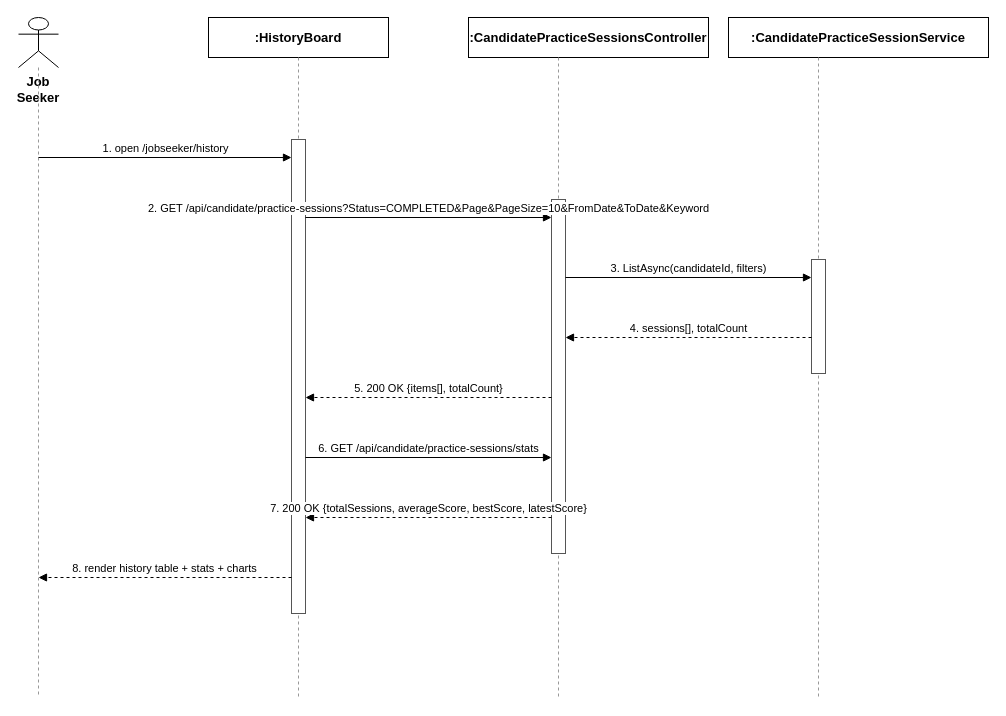
Earlier version of the draw.io diagram docs/qa/Tu_SequenceDiagram/08_View_Practice_History.drawio (tulklk/AI_Interview_Question_Generation_RAG_LLM_FE). Source tidied: cells renumbered, new cells numbered last; positions are measured from the earlier drawing's top-left corner, leaving out a move shared by most shapes. Both pictures are drawn from the tidied source at 100%, with x=0, y=0 at pixel (18, 17).
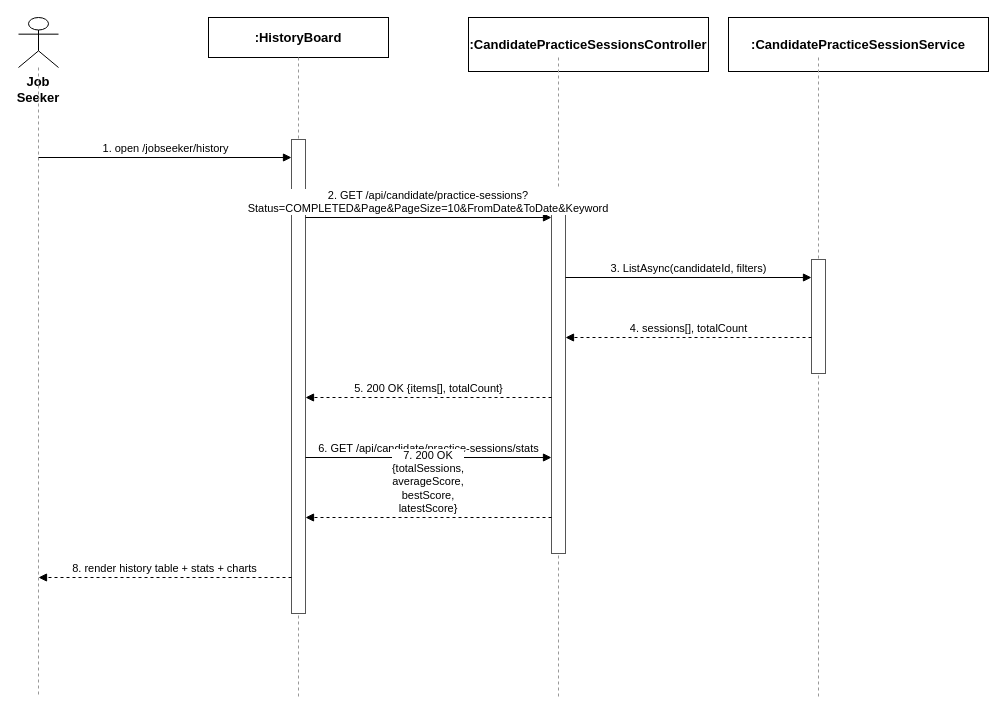
The same page after the edit.

The edit, as a diff of the source:
```diff
@@
     <mxCell id="6" value=":CandidatePracticeSessionsController" style="rounded=0;whiteSpace=wrap;html=1;fontSize=13;fillColor=#ffffff;strokeColor=#000000;fontStyle=1;" parent="1" vertex="1">
-      <mxGeometry x="450" width="240" height="40" as="geometry" />
+      <mxGeometry x="450" width="240" height="54" as="geometry" />
     </mxCell>
@@
     <mxCell id="8" value=":CandidatePracticeSessionService" style="rounded=0;whiteSpace=wrap;html=1;fontSize=13;fillColor=#ffffff;strokeColor=#000000;fontStyle=1;" parent="1" vertex="1">
-      <mxGeometry x="710" width="260" height="40" as="geometry" />
+      <mxGeometry x="710" width="260" height="54" as="geometry" />
     </mxCell>
@@
-    <mxCell id="14" value="2. GET /api/candidate/practice-sessions?Status=COMPLETED&amp;Page&amp;PageSize=10&amp;FromDate&amp;ToDate&amp;Keyword" style="endArrow=block;endFill=1;html=1;fontSize=11;align=center;verticalAlign=bottom;labelBackgroundColor=#ffffff;strokeColor=#000000;" parent="1" edge="1">
+    <mxCell id="14" value="2. GET /api/candidate/practice-sessions?Status=COMPLETED&amp;Page&amp;PageSize=10&amp;FromDate&amp;ToDate&amp;Keyword" style="endArrow=block;endFill=1;html=1;whiteSpace=wrap;fontSize=11;align=center;verticalAlign=bottom;labelBackgroundColor=#ffffff;strokeColor=#000000;" parent="1" edge="1">
       <mxGeometry relative="1" as="geometry">
         <mxPoint x="287" y="200" as="sourcePoint" />
         <mxPoint x="533" y="200" as="targetPoint" />
       </mxGeometry>
     </mxCell>
@@
-    <mxCell id="19" value="7. 200 OK {totalSessions, averageScore, bestScore, latestScore}" style="endArrow=block;endFill=1;html=1;dashed=1;fontSize=11;align=center;verticalAlign=bottom;labelBackgroundColor=#ffffff;strokeColor=#000000;" parent="1" edge="1">
+    <mxCell id="19" value="7. 200 OK {totalSessions, averageScore, bestScore, latestScore}" style="endArrow=block;endFill=1;html=1;whiteSpace=wrap;dashed=1;fontSize=11;align=center;verticalAlign=bottom;labelBackgroundColor=#ffffff;strokeColor=#000000;" parent="1" edge="1">
       <mxGeometry relative="1" as="geometry">
         <mxPoint x="533" y="500" as="sourcePoint" />
         <mxPoint x="287" y="500" as="targetPoint" />
       </mxGeometry>
     </mxCell>
```
